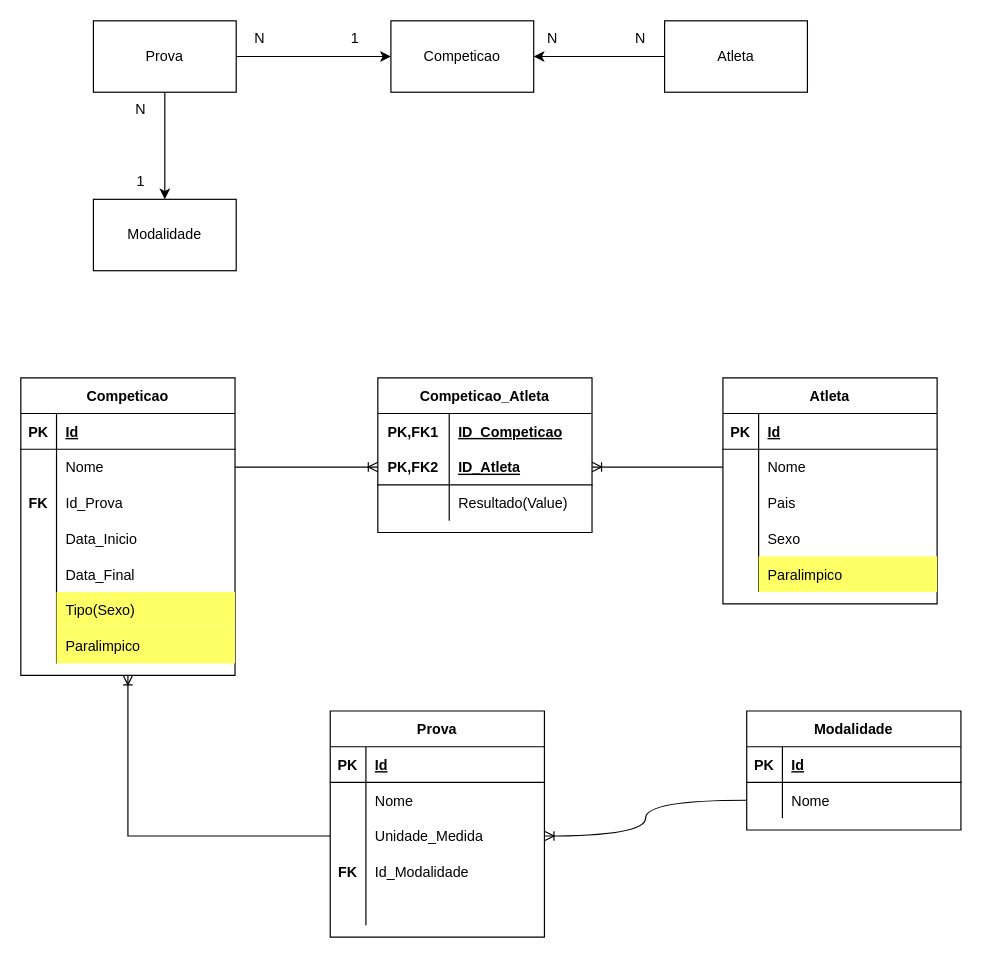
The draw.io diagram api_ev_cob.drawio in raphacp/api_ev_cob, before the edit. Source tidied: cells renumbered, new cells numbered last; positions are measured from the earlier drawing's top-left corner, leaving out a move shared by most shapes. Both pictures are drawn from the tidied source at 119%, with x=0, y=0 at pixel (20, 20).
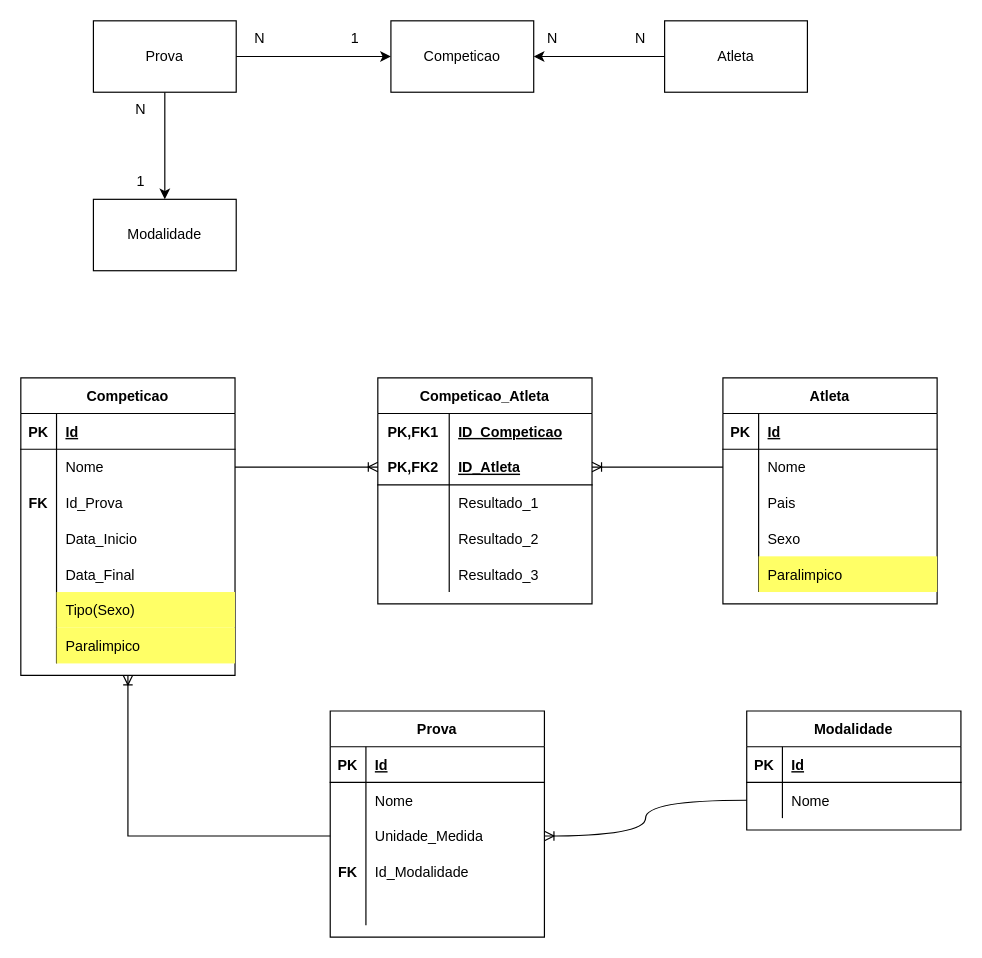
The same diagram, later.

Unchanged cells that the change refers to:
```xml
<mxCell id="70" style="shape=tableRow;horizontal=0;startSize=0;swimlaneHead=0;swimlaneBody=0;fillColor=none;top=0;left=0;right=0;bottom=0;" parent="63" vertex="1">
  <mxGeometry y="90" width="180" height="30" as="geometry" />
</mxCell>
```

What changed in the source:
```diff
@@
     <mxCell id="63" value="Competicao_Atleta" style="shape=table;startSize=30;childLayout=tableLayout;rowLines=0;fontStyle=1;align=center;" parent="1" vertex="1">
-      <mxGeometry x="300" y="300" width="180" height="130" as="geometry" />
+      <mxGeometry x="300" y="300" width="180" height="190" as="geometry" />
     </mxCell>
@@
-    <mxCell id="72" value="Resultado(Value)" style="shape=partialRectangle;fillColor=none;top=0;left=0;bottom=0;right=0;align=left;spacingLeft=6;overflow=hidden;" parent="70" vertex="1">
+    <mxCell id="72" value="Resultado_1" style="shape=partialRectangle;fillColor=none;top=0;left=0;bottom=0;right=0;align=left;spacingLeft=6;overflow=hidden;" parent="70" vertex="1">
       <mxGeometry x="60" width="120" height="30" as="geometry" />
     </mxCell>
+    <mxCell id="91" style="shape=tableRow;horizontal=0;startSize=0;swimlaneHead=0;swimlaneBody=0;fillColor=none;top=0;left=0;right=0;bottom=0;" parent="63" vertex="1">
+      <mxGeometry y="120" width="180" height="30" as="geometry" />
+    </mxCell>
+    <mxCell id="92" style="shape=partialRectangle;fillColor=none;top=0;left=0;bottom=0;right=0;overflow=hidden;" parent="91" vertex="1">
+      <mxGeometry width="60" height="30" as="geometry" />
+    </mxCell>
+    <mxCell id="93" value="Resultado_2" style="shape=partialRectangle;fillColor=none;top=0;left=0;bottom=0;right=0;align=left;spacingLeft=6;overflow=hidden;" parent="91" vertex="1">
+      <mxGeometry x="60" width="120" height="30" as="geometry" />
+    </mxCell>
+    <mxCell id="94" style="shape=tableRow;horizontal=0;startSize=0;swimlaneHead=0;swimlaneBody=0;fillColor=none;top=0;left=0;right=0;bottom=0;" parent="63" vertex="1">
+      <mxGeometry y="150" width="180" height="30" as="geometry" />
+    </mxCell>
+    <mxCell id="95" style="shape=partialRectangle;fillColor=none;top=0;left=0;bottom=0;right=0;overflow=hidden;" parent="94" vertex="1">
+      <mxGeometry width="60" height="30" as="geometry" />
+    </mxCell>
+    <mxCell id="96" value="Resultado_3" style="shape=partialRectangle;fillColor=none;top=0;left=0;bottom=0;right=0;align=left;spacingLeft=6;overflow=hidden;" parent="94" vertex="1">
+      <mxGeometry x="60" width="120" height="30" as="geometry" />
+    </mxCell>
```
